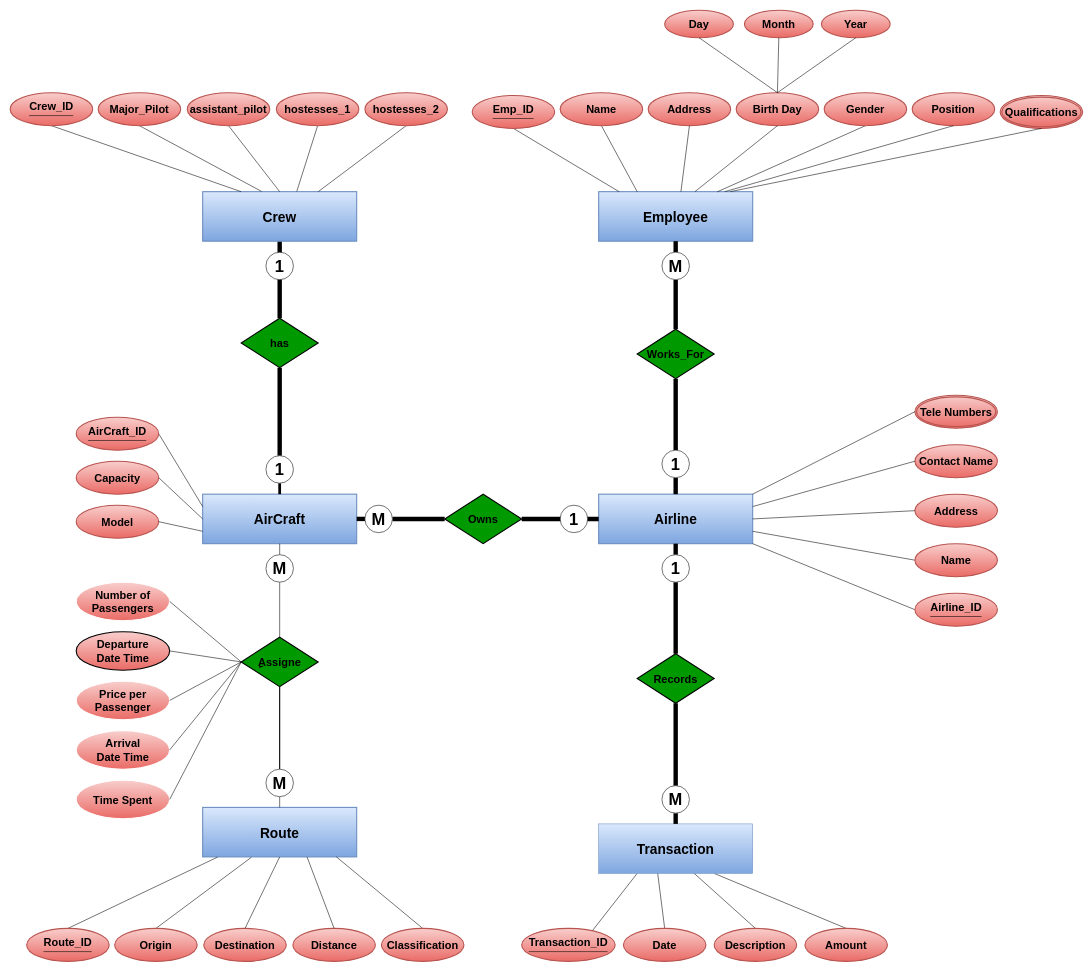
Hamdi-Emad/Database-Fundamentals keeps this draw.io diagram as ERD_TASK/CASE_3/ERD_CASE_3.drawio. Above is the earlier version. Source tidied: cells renumbered, new cells numbered last; positions are measured from the earlier drawing's top-left corner, leaving out a move shared by most shapes. Both pictures are drawn from the tidied source at 55%, with x=0, y=0 at pixel (10, 10).
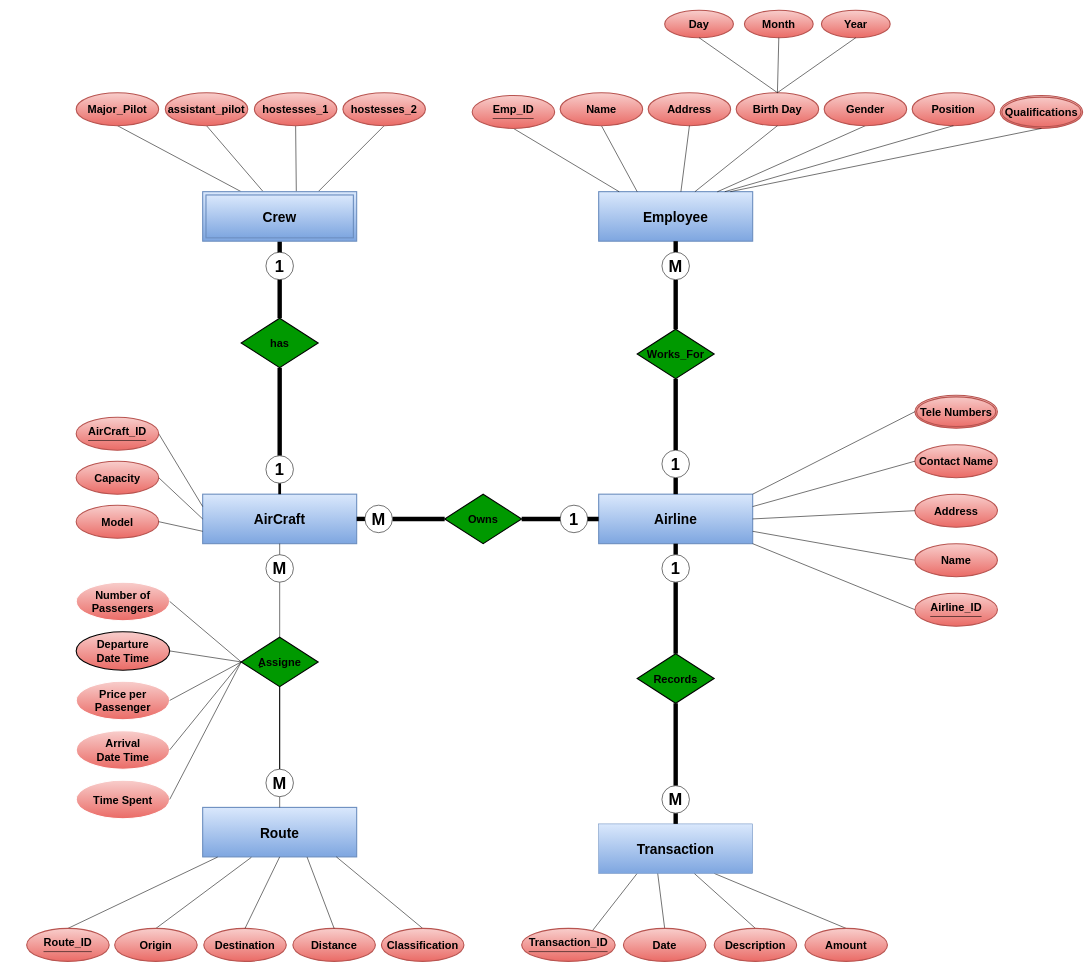
Above is the later version.

Unchanged cells that the change refers to:
```xml
<mxCell id="69" value="&lt;font style=&quot;font-size: 20px;&quot;&gt;&lt;b style=&quot;&quot;&gt;has&lt;/b&gt;&lt;/font&gt;" style="shape=rhombus;perimeter=rhombusPerimeter;whiteSpace=wrap;html=1;align=center;strokeWidth=2;fillColor=#009900;" parent="1" vertex="1">
  <mxGeometry x="420" y="560" width="140" height="90" as="geometry" />
</mxCell>
```

Change to the diagram source:
```diff
@@
-    <mxCell id="70" style="rounded=0;jettySize=auto;html=1;exitX=0.5;exitY=0;exitDx=0;exitDy=0;entryX=0.5;entryY=1;entryDx=0;entryDy=0;endArrow=none;endFill=0;strokeWidth=8;" parent="1" edge="1" source="69" target="83">
-      <mxGeometry relative="1" as="geometry" />
+    <mxCell id="70" style="rounded=0;jettySize=auto;html=1;exitX=0.5;exitY=0;exitDx=0;exitDy=0;entryX=0.5;entryY=1;entryDx=0;entryDy=0;endArrow=none;endFill=0;strokeWidth=8;" parent="1" edge="1" source="69">
+      <mxGeometry relative="1" as="geometry">
+        <mxPoint x="490" y="420" as="targetPoint" />
+      </mxGeometry>
     </mxCell>
@@
-    <mxCell id="83" value="&lt;b style=&quot;&quot;&gt;&lt;font style=&quot;font-size: 25px;&quot;&gt;Crew&lt;/font&gt;&lt;/b&gt;" style="whiteSpace=wrap;html=1;align=center;strokeWidth=2;fillColor=#dae8fc;strokeColor=light-dark(#6C8EBF,#FFFFFF);gradientColor=#7ea6e0;" parent="1" vertex="1">
-      <mxGeometry x="350" y="330" width="280" height="90" as="geometry" />
-    </mxCell>
@@
-    <mxCell id="87" style="rounded=0;jettySize=auto;html=1;exitX=0.5;exitY=1;exitDx=0;exitDy=0;entryX=0.25;entryY=0;entryDx=0;entryDy=0;endArrow=none;endFill=0;" parent="1" edge="1" source="92" target="83">
-      <mxGeometry relative="1" as="geometry" />
-    </mxCell>
-    <mxCell id="88" style="rounded=0;jettySize=auto;html=1;exitX=0.5;exitY=1;exitDx=0;exitDy=0;entryX=0.382;entryY=-0.006;entryDx=0;entryDy=0;endArrow=none;endFill=0;entryPerimeter=0;" parent="1" edge="1" source="93" target="83">
+    <mxCell id="88" style="rounded=0;jettySize=auto;html=1;exitX=0.5;exitY=1;exitDx=0;exitDy=0;entryX=0.25;entryY=0;entryDx=0;entryDy=0;endArrow=none;endFill=0;" parent="1" edge="1" source="93" target="83">
       <mxGeometry relative="1" as="geometry" />
     </mxCell>
-    <mxCell id="89" style="rounded=0;jettySize=auto;html=1;entryX=0.5;entryY=0;entryDx=0;entryDy=0;endArrow=none;endFill=0;exitX=0.5;exitY=1;exitDx=0;exitDy=0;" parent="1" edge="1" source="94" target="83">
+    <mxCell id="89" style="rounded=0;jettySize=auto;html=1;entryX=0.393;entryY=0;entryDx=0;entryDy=0;endArrow=none;endFill=0;exitX=0.5;exitY=1;exitDx=0;exitDy=0;entryPerimeter=0;" parent="1" edge="1" source="94" target="83">
       <mxGeometry relative="1" as="geometry" />
     </mxCell>
-    <mxCell id="90" style="rounded=0;jettySize=auto;html=1;exitX=0.5;exitY=1;exitDx=0;exitDy=0;entryX=0.611;entryY=-0.005;entryDx=0;entryDy=0;endArrow=none;endFill=0;entryPerimeter=0;" parent="1" edge="1" source="95" target="83">
+    <mxCell id="90" style="rounded=0;jettySize=auto;html=1;exitX=0.5;exitY=1;exitDx=0;exitDy=0;entryX=0.608;entryY=0;entryDx=0;entryDy=0;endArrow=none;endFill=0;entryPerimeter=0;" parent="1" edge="1" source="95" target="83">
       <mxGeometry relative="1" as="geometry" />
     </mxCell>
@@
-    <mxCell id="92" value="&lt;font style=&quot;font-size: 24px;&quot;&gt;&lt;b style=&quot;&quot;&gt;&lt;sup style=&quot;&quot;&gt;Crew_ID&lt;/sup&gt;&lt;/b&gt;&lt;/font&gt;" style="ellipse;whiteSpace=wrap;html=1;align=center;fontStyle=4;strokeWidth=2;fillColor=#f8cecc;gradientColor=#ea6b66;strokeColor=light-dark(#B85450,#FFFFFF);" parent="1" vertex="1">
-      <mxGeometry y="150" width="150" height="60" as="geometry" />
-    </mxCell>
     <mxCell id="93" value="&lt;b style=&quot;&quot;&gt;&lt;font style=&quot;font-size: 20px;&quot;&gt;Major_Pilot&lt;/font&gt;&lt;/b&gt;" style="ellipse;whiteSpace=wrap;html=1;align=center;strokeWidth=2;fillColor=#f8cecc;gradientColor=#ea6b66;strokeColor=light-dark(#B85450,#FFFFFF);" parent="1" vertex="1">
-      <mxGeometry x="160" y="150" width="150" height="60" as="geometry" />
+      <mxGeometry x="120" y="150" width="150" height="60" as="geometry" />
     </mxCell>
     <mxCell id="94" value="&lt;span style=&quot;font-size: 20px;&quot;&gt;&lt;b&gt;assistant_pilot&lt;/b&gt;&lt;/span&gt;" style="ellipse;whiteSpace=wrap;html=1;align=center;strokeWidth=2;fillColor=#f8cecc;gradientColor=#ea6b66;strokeColor=light-dark(#B85450,#FFFFFF);" parent="1" vertex="1">
-      <mxGeometry x="322" y="150" width="150" height="60" as="geometry" />
+      <mxGeometry x="282" y="150" width="150" height="60" as="geometry" />
     </mxCell>
     <mxCell id="95" value="&lt;span style=&quot;font-size: 20px;&quot;&gt;&lt;b&gt;hostesses_1&lt;/b&gt;&lt;/span&gt;" style="ellipse;whiteSpace=wrap;html=1;align=center;strokeWidth=2;fillColor=#f8cecc;gradientColor=#ea6b66;strokeColor=light-dark(#B85450,#FFFFFF);" parent="1" vertex="1">
-      <mxGeometry x="484" y="150" width="150" height="60" as="geometry" />
+      <mxGeometry x="444" y="150" width="150" height="60" as="geometry" />
     </mxCell>
     <mxCell id="96" value="&lt;span style=&quot;font-size: 20px;&quot;&gt;&lt;b&gt;hostesses_2&lt;/b&gt;&lt;/span&gt;" style="ellipse;whiteSpace=wrap;html=1;align=center;strokeWidth=2;fillColor=#f8cecc;gradientColor=#ea6b66;strokeColor=light-dark(#B85450,#FFFFFF);" parent="1" vertex="1">
-      <mxGeometry x="645" y="150" width="150" height="60" as="geometry" />
+      <mxGeometry x="605" y="150" width="150" height="60" as="geometry" />
     </mxCell>
@@
+    <mxCell id="83" value="&lt;b&gt;&lt;font style=&quot;font-size: 25px;&quot;&gt;Crew&lt;/font&gt;&lt;/b&gt;" style="shape=ext;margin=3;double=1;whiteSpace=wrap;html=1;align=center;fillColor=#dae8fc;gradientColor=#7ea6e0;strokeColor=light-dark(#6C8EBF,#FFFFFF);strokeWidth=2;" parent="1" vertex="1">
+      <mxGeometry x="350" y="330" width="280" height="90" as="geometry" />
+    </mxCell>
```
